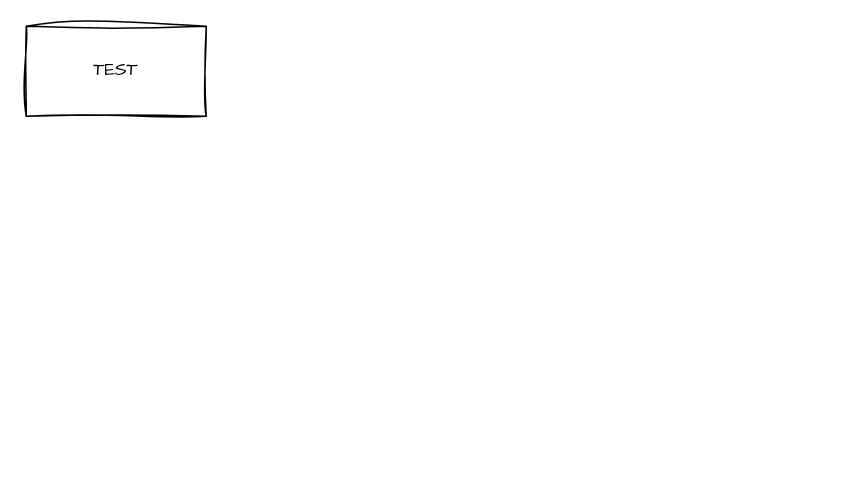
This is Untitled Diagram.drawio from faparipik/public-mind-maps, a draw.io file, before an edit. Source tidied: cells renumbered, new cells numbered last; positions are measured from the earlier drawing's top-left corner, leaving out a move shared by most shapes. Both pictures are drawn from the tidied source at 150%, with x=0, y=0 at pixel (26, 26).
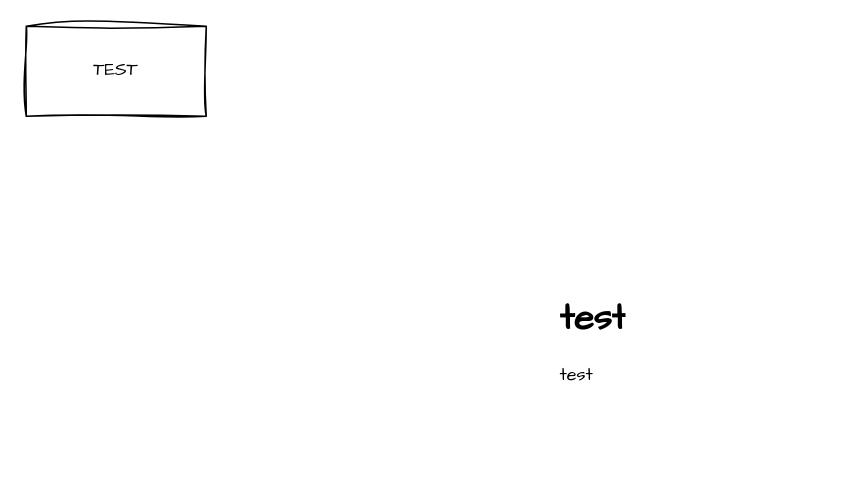
After the change.

The edit, as a diff of the source:
```diff
@@
 <mxGraphModel>
   <root>
     <mxCell id="0" />
     <mxCell id="1" parent="0" />
     <mxCell id="2" value="TEST" style="rounded=0;whiteSpace=wrap;html=1;sketch=1;hachureGap=4;jiggle=2;curveFitting=1;fontFamily=Architects Daughter;" parent="1" vertex="1">
       <mxGeometry width="120" height="60" as="geometry" />
     </mxCell>
+    <mxCell id="3" value="&lt;h1 style=&quot;margin-top: 0px;&quot;&gt;test&lt;/h1&gt;&lt;p&gt;test&lt;/p&gt;" style="text;html=1;whiteSpace=wrap;overflow=hidden;rounded=0;fontFamily=Architects Daughter;" parent="1" vertex="1">
+      <mxGeometry x="354" y="174" width="180" height="120" as="geometry" />
+    </mxCell>
   </root>
 </mxGraphModel>
```
